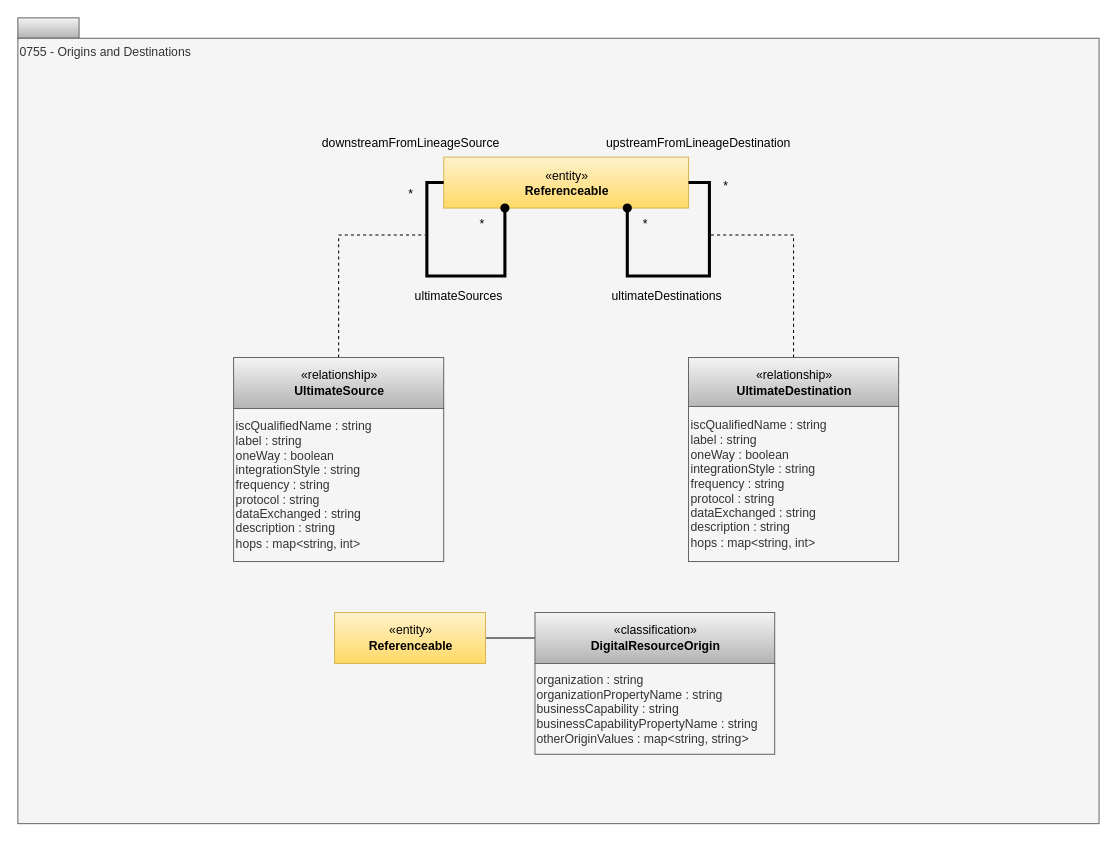
This is page "0755-Ultimate-Source-Destination" (15 of 20) of site/docs/types/7/area-7-lineage.drawio from odpi/egeria-docs, a draw.io file, before an edit. Source tidied: cells renumbered, new cells numbered last; positions are measured from the earlier drawing's top-left corner, leaving out a move shared by most shapes. Both pictures are drawn from the tidied source at 102%, with x=0, y=0 at pixel (17, 17).
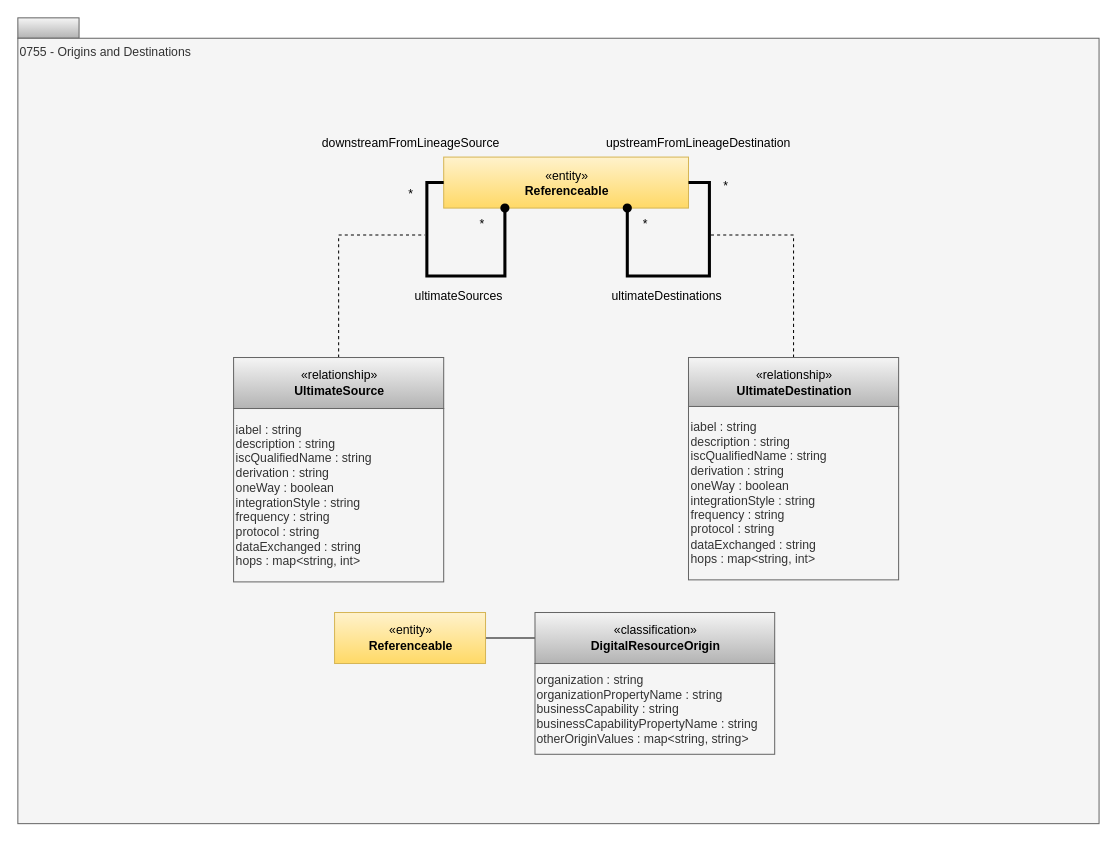
After the change.

The edit, as a diff of the source:
```diff
@@
-    <mxCell id="6" value="iscQualifiedName : string&lt;div&gt;label : string&lt;/div&gt;&lt;div&gt;&lt;div&gt;oneWay : boolean&lt;/div&gt;&lt;div&gt;integrationStyle : string&lt;/div&gt;&lt;div&gt;frequency : string&lt;/div&gt;&lt;div&gt;protocol : string&lt;/div&gt;&lt;div&gt;dataExchanged : string&lt;/div&gt;&lt;/div&gt;&lt;div&gt;description : string&lt;br&gt;hops : map&amp;lt;string, int&amp;gt;&lt;/div&gt;" style="rounded=0;whiteSpace=wrap;html=1;strokeColor=#666666;align=left;fillColor=#f5f5f5;fontColor=#333333;" parent="1" vertex="1">
-      <mxGeometry x="211.5" y="383" width="206" height="150" as="geometry" />
+    <mxCell id="6" value="i&lt;span style=&quot;color: light-dark(rgb(51, 51, 51), rgb(193, 193, 193)); background-color: transparent;&quot;&gt;abel : string&lt;/span&gt;&lt;div&gt;&lt;/div&gt;&lt;div&gt;description : string&lt;/div&gt;iscQualifiedName : string&lt;div&gt;derivation : string&lt;/div&gt;&lt;div&gt;&lt;div&gt;oneWay : boolean&lt;/div&gt;&lt;div&gt;integrationStyle : string&lt;/div&gt;&lt;div&gt;frequency : string&lt;/div&gt;&lt;div&gt;protocol : string&lt;/div&gt;&lt;div&gt;dataExchanged : string&lt;/div&gt;&lt;/div&gt;&lt;div&gt;hops : map&amp;lt;string, int&amp;gt;&lt;/div&gt;" style="rounded=0;whiteSpace=wrap;html=1;strokeColor=#666666;align=left;fillColor=#f5f5f5;fontColor=#333333;" parent="1" vertex="1">
+      <mxGeometry x="211.5" y="383" width="206" height="170" as="geometry" />
     </mxCell>
@@
-    <mxCell id="14" value="iscQualifiedName : string&lt;br&gt;label : string&lt;div&gt;&lt;div&gt;oneWay : boolean&lt;/div&gt;&lt;div&gt;integrationStyle : string&lt;/div&gt;&lt;div&gt;frequency : string&lt;/div&gt;&lt;div&gt;protocol : string&lt;/div&gt;&lt;div&gt;dataExchanged : string&lt;/div&gt;&lt;div&gt;description : string&lt;br&gt;hops : map&amp;lt;string, int&amp;gt;&lt;/div&gt;&lt;/div&gt;" style="rounded=0;whiteSpace=wrap;html=1;strokeColor=#666666;align=left;fillColor=#f5f5f5;fontColor=#333333;" parent="1" vertex="1">
-      <mxGeometry x="657.5" y="381" width="206" height="152" as="geometry" />
+    <mxCell id="14" value="i&lt;span style=&quot;color: light-dark(rgb(51, 51, 51), rgb(193, 193, 193)); background-color: transparent;&quot;&gt;abel : string&lt;/span&gt;&lt;div&gt;&lt;/div&gt;&lt;div&gt;description : string&lt;/div&gt;iscQualifiedName : string&lt;div&gt;derivation : string&lt;/div&gt;&lt;div&gt;&lt;div&gt;oneWay : boolean&lt;/div&gt;&lt;div&gt;integrationStyle : string&lt;/div&gt;&lt;div&gt;frequency : string&lt;/div&gt;&lt;div&gt;protocol : string&lt;/div&gt;&lt;div&gt;dataExchanged : string&lt;/div&gt;&lt;div&gt;hops : map&amp;lt;string, int&amp;gt;&lt;/div&gt;&lt;/div&gt;" style="rounded=0;whiteSpace=wrap;html=1;strokeColor=#666666;align=left;fillColor=#f5f5f5;fontColor=#333333;" parent="1" vertex="1">
+      <mxGeometry x="657.5" y="381" width="206" height="170" as="geometry" />
     </mxCell>
```
